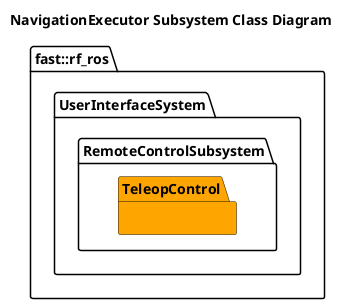
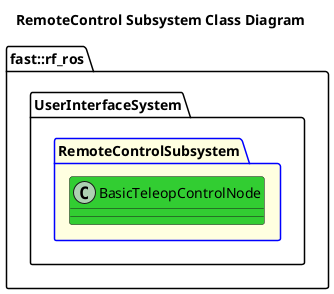
@startuml
- title NavigationExecutor Subsystem Class Diagram
+ title RemoteControl Subsystem Class Diagram

namespace fast::rf_ros {
    namespace UserInterfaceSystem {
-         namespace RemoteControlSubsystem {
-             package TeleopControl #Orange {
- 
-             }
+         package RemoteControlSubsystem #LightYellow;line:blue  {
+             class BasicTeleopControlNode #LimeGreen {}
        }
    }
}
@enduml